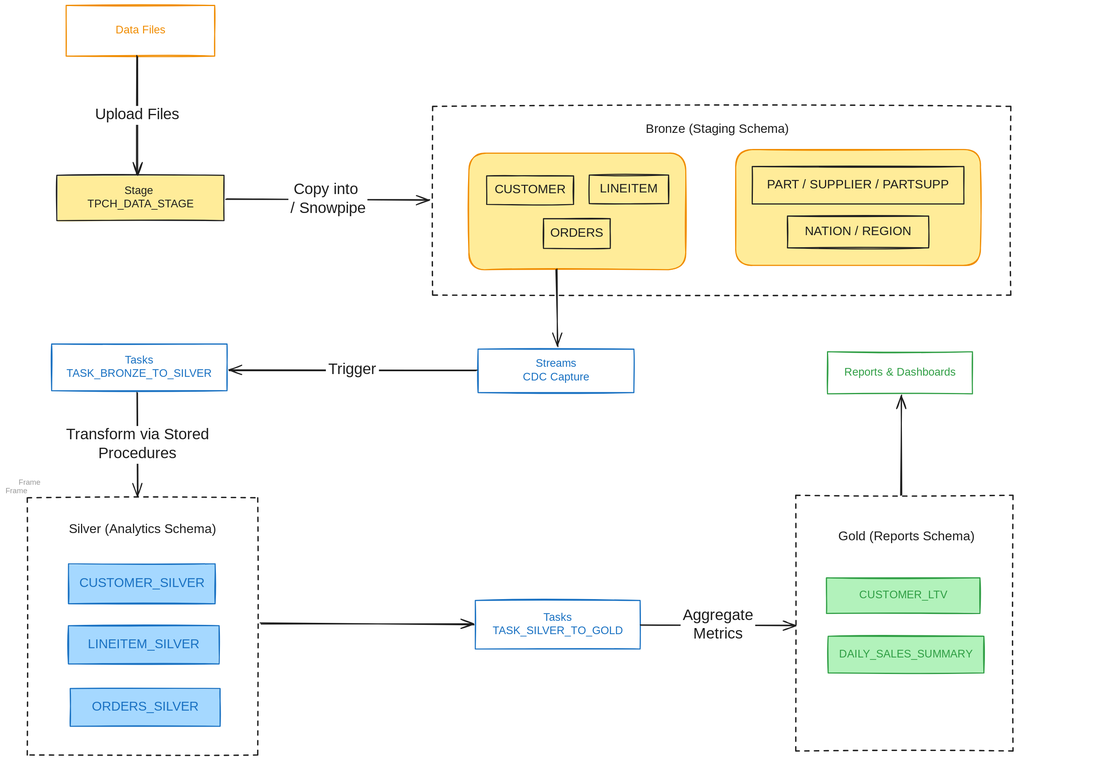
thuuyen109/snowflake-tpch-analytics keeps this Excalidraw diagram as dataflow.excalidraw.svg. Above is the earlier version. Source tidied: one line per element, renumbered; positions are measured from the earlier drawing's top-left corner, leaving out a move shared by most shapes.
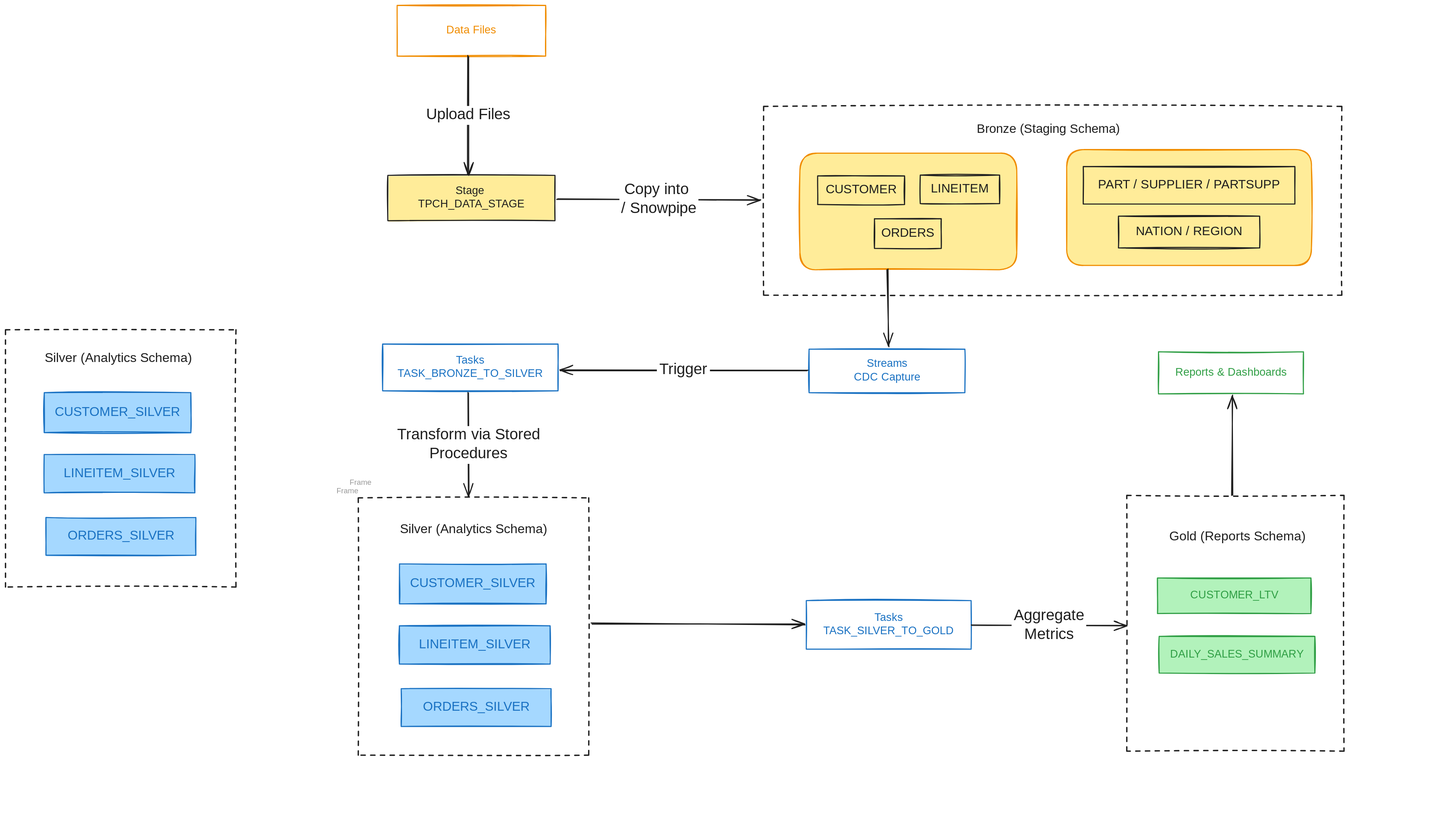
The same file after the commit.

What changed in the source:
```diff
@@ -51,3 +51,11 @@
 {"id": 50, "type": "arrow", "strokeColor": "#1e1e1e", "backgroundColor": "#b2f2bb", "fillStyle": "solid", "strokeWidth": 2, "roughness": 1, "endArrowhead": "arrow", "round": true, "from": 4, "to": 44, "x": 1178, "y": 1148, "width": 286, "height": 2, "points": [[0, 0], [286, 2]]}
 {"id": 51, "type": "text", "text": "Aggregate\nMetrics", "strokeColor": "#1e1e1e", "backgroundColor": "#b2f2bb", "fillStyle": "solid", "strokeWidth": 2, "roughness": 1, "fontSize": 28, "fontFamily": 5, "textAlign": "center", "verticalAlign": "middle", "inside": 50, "x": 1152, "y": 1114, "width": 138, "height": 70}
 {"id": 52, "type": "arrow", "strokeColor": "#1e1e1e", "angle": 0.04, "backgroundColor": "#b2f2bb", "fillStyle": "solid", "strokeWidth": 2, "roughness": 1, "endArrowhead": "arrow", "round": true, "from": 44, "to": 5, "x": 1664, "y": 907, "width": 7, "height": 185, "points": [[0, 0], [-7, -185]]}
+{"id": 53, "type": "rectangle", "strokeColor": "#1971c2", "backgroundColor": "#a5d8ff", "fillStyle": "solid", "strokeWidth": 2, "roughness": 1, "x": -537, "y": 949, "width": 278, "height": 70}
+{"id": 54, "type": "rectangle", "strokeColor": "#1971c2", "backgroundColor": "#a5d8ff", "fillStyle": "solid", "strokeWidth": 2, "roughness": 1, "x": -540, "y": 718, "width": 272, "height": 74}
+{"id": 55, "type": "rectangle", "strokeColor": "#1971c2", "backgroundColor": "#a5d8ff", "fillStyle": "solid", "strokeWidth": 2, "roughness": 1, "x": -540, "y": 832, "width": 279, "height": 71}
+{"id": 56, "type": "text", "text": "Silver (Analytics Schema)", "strokeColor": "#1e1e1e", "strokeWidth": 2, "roughness": 1, "fontSize": 23.64, "fontFamily": 5, "textAlign": "center", "x": -545, "y": 640, "width": 285, "height": 30}
+{"id": 57, "type": "text", "text": "ORDERS_SILVER", "strokeColor": "#1971c2", "strokeWidth": 2, "roughness": 1, "fontSize": 23.64, "fontFamily": 5, "textAlign": "center", "verticalAlign": "middle", "inside": 53, "x": -502, "y": 969, "width": 207, "height": 30}
+{"id": 58, "type": "text", "text": "CUSTOMER_SILVER", "strokeColor": "#1971c2", "strokeWidth": 2, "roughness": 1, "fontSize": 23.64, "fontFamily": 5, "textAlign": "center", "verticalAlign": "middle", "inside": 54, "x": -525, "y": 740, "width": 242, "height": 30}
+{"id": 59, "type": "text", "text": "LINEITEM_SILVER", "strokeColor": "#1971c2", "strokeWidth": 2, "roughness": 1, "fontSize": 23.64, "fontFamily": 5, "textAlign": "center", "verticalAlign": "middle", "inside": 55, "x": -515, "y": 853, "width": 230, "height": 30}
+{"id": 60, "type": "rectangle", "strokeColor": "#1e1e1e", "strokeWidth": 2, "strokeStyle": "dashed", "roughness": 1, "x": -612, "y": 601, "width": 427, "height": 477}
```
